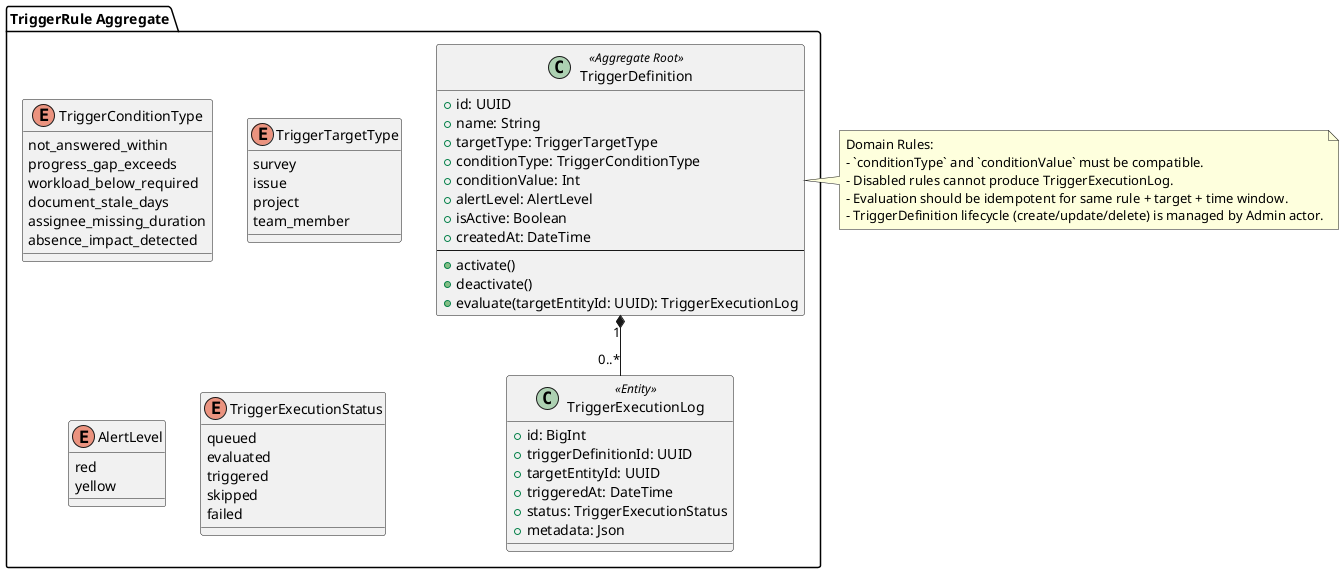
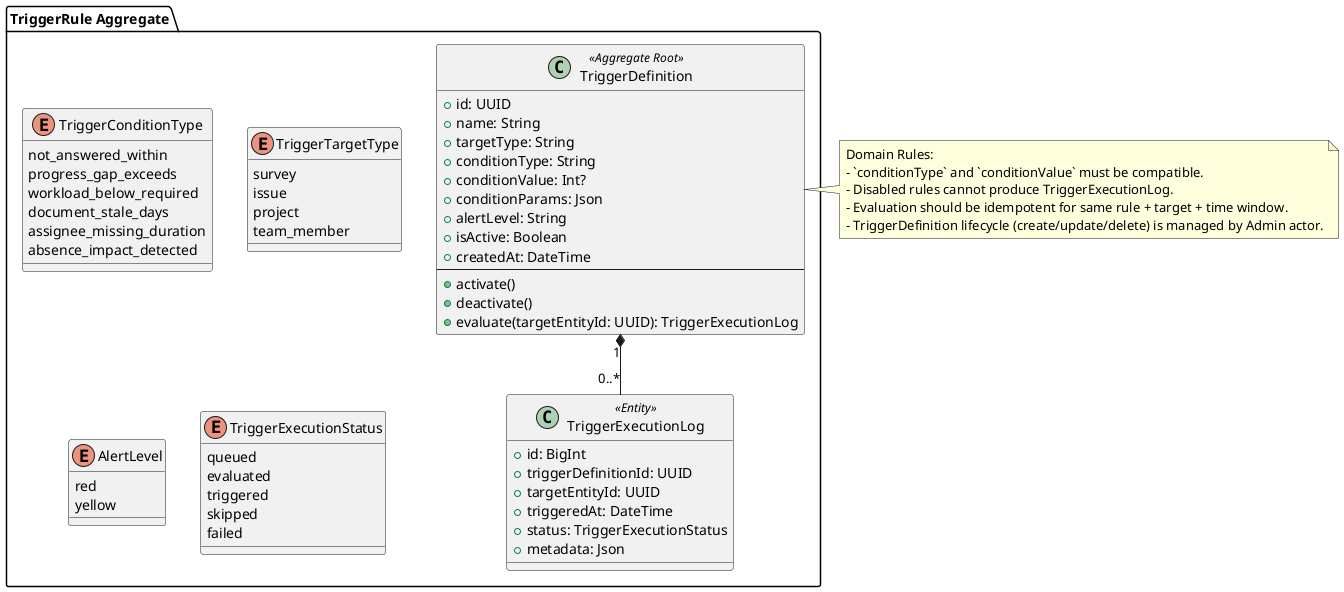
@startuml
package "TriggerRule Aggregate" {

  class TriggerDefinition <<Aggregate Root>> {
    +id: UUID
    +name: String
-     +targetType: TriggerTargetType
-     +conditionType: TriggerConditionType
-     +conditionValue: Int
-     +alertLevel: AlertLevel
+     +targetType: String
+     +conditionType: String
+     +conditionValue: Int?
+     +conditionParams: Json
+     +alertLevel: String
    +isActive: Boolean
    +createdAt: DateTime
    --
    +activate()
    +deactivate()
    +evaluate(targetEntityId: UUID): TriggerExecutionLog
  }

  enum TriggerConditionType {
    not_answered_within
    progress_gap_exceeds
    workload_below_required
    document_stale_days
    assignee_missing_duration
    absence_impact_detected
  }

  enum TriggerTargetType {
    survey
    issue
    project
    team_member
  }

  enum AlertLevel {
    red
    yellow
  }

  class TriggerExecutionLog <<Entity>> {
    +id: BigInt
    +triggerDefinitionId: UUID
    +targetEntityId: UUID
    +triggeredAt: DateTime
    +status: TriggerExecutionStatus
    +metadata: Json
  }

  enum TriggerExecutionStatus {
    queued
    evaluated
    triggered
    skipped
    failed
  }

  TriggerDefinition "1" *-- "0..*" TriggerExecutionLog
}

note right of TriggerDefinition
Domain Rules:
- `conditionType` and `conditionValue` must be compatible.
- Disabled rules cannot produce TriggerExecutionLog.
- Evaluation should be idempotent for same rule + target + time window.
- TriggerDefinition lifecycle (create/update/delete) is managed by Admin actor.
end note

@enduml